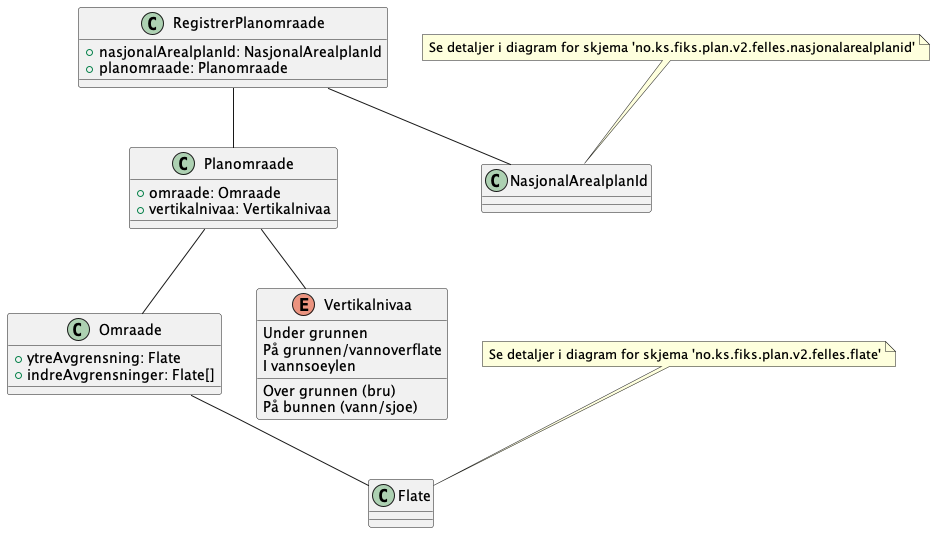
ks-no/fiks-plan-specification keeps this PlantUML diagram as Dokumentasjon/V2/ClassDiagrams/no.ks.fiks.plan.v2.oppdatering.planomraade.registrer/planomraade-registrer.png. Above is the earlier version. The source it was exported from:
```plantuml
@startuml

class RegistrerPlanomraade {
    +nasjonalArealplanId: NasjonalArealplanId
    +planomraade: Planomraade
}

class Planomraade {
    +omraade: Omraade
    +vertikalnivaa: Vertikalnivaa
}

class Omraade {
    +ytreAvgrensning: Flate
    +indreAvgrensninger: Flate[]
}

enum Vertikalnivaa {
    Under grunnen
    På grunnen/vannoverflate
    Over grunnen (bru)
    På bunnen (vann/sjoe)
    I vannsoeylen
}

RegistrerPlanomraade -- Planomraade
RegistrerPlanomraade -- NasjonalArealplanId
Planomraade -- Omraade
Planomraade -- Vertikalnivaa
Omraade -- Flate

note top of Flate : Se detaljer i diagram for skjema 'no.ks.fiks.plan.v2.felles.flate'
note top of NasjonalArealplanId : Se detaljer i diagram for skjema 'no.ks.fiks.plan.v2.felles.nasjonalarealplanid'

@enduml
```
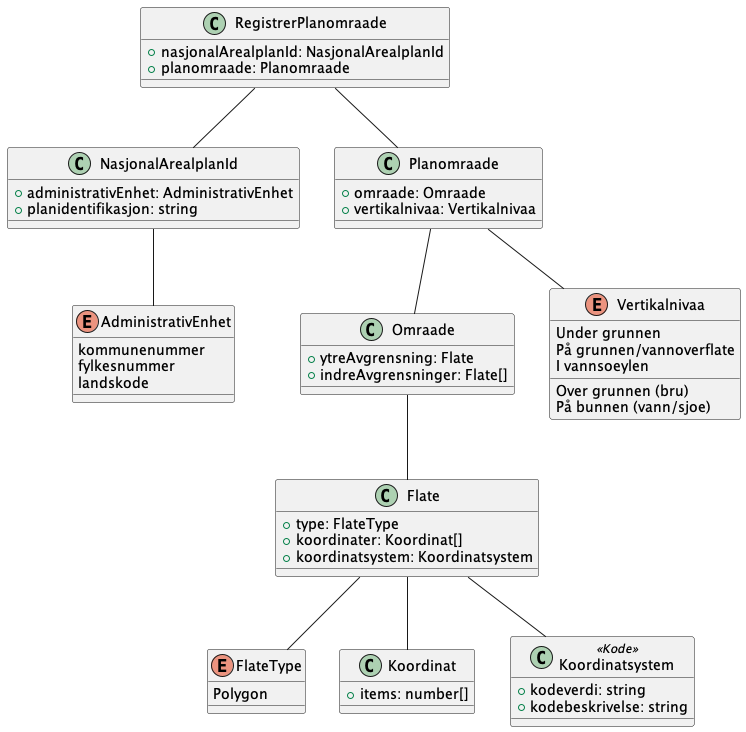
After the change.

What changed in the source:
```diff
@@ -1,4 +1,6 @@
 @startuml
+!include ./../no.ks.fiks.plan.v2.felles.flate/flate.pu
+!include ./../no.ks.fiks.plan.v2.felles.nasjonalarealplanid/nasjonalarealplanid.pu
 
 class RegistrerPlanomraade {
     +nasjonalArealplanId: NasjonalArealplanId
@@ -29,7 +31,4 @@
 Planomraade -- Vertikalnivaa
 Omraade -- Flate
 
-note top of Flate : Se detaljer i diagram for skjema 'no.ks.fiks.plan.v2.felles.flate'
-note top of NasjonalArealplanId : Se detaljer i diagram for skjema 'no.ks.fiks.plan.v2.felles.nasjonalarealplanid'
-
 @enduml
```
